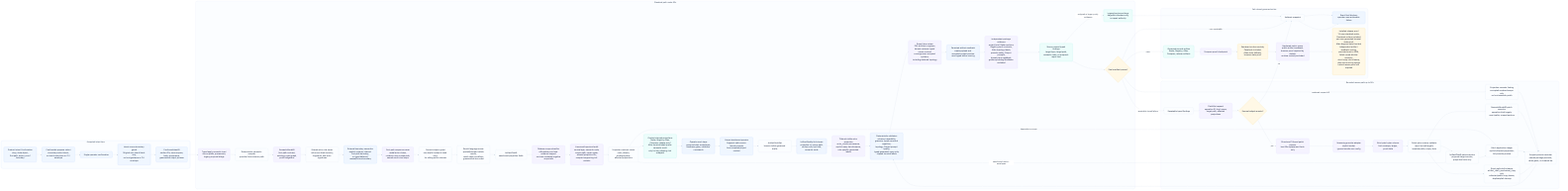
Before: odylith/atlas/source/domain-intelligence-greenfield-governance.png, a diagram exported from Mermaid (odylith/odylith). Its source is kept beside it as odylith/atlas/source/domain-intelligence-greenfield-governance.mmd.
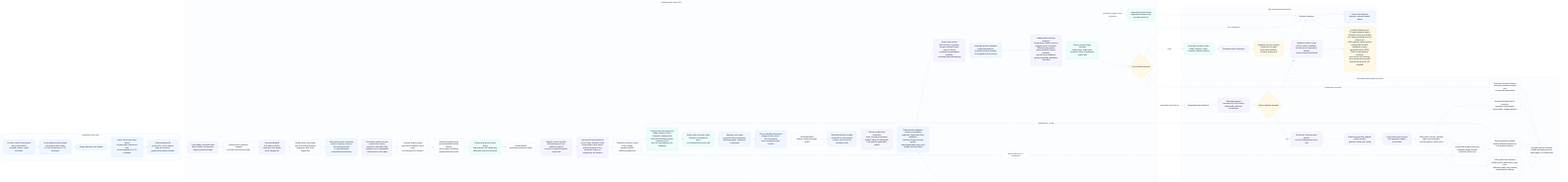
Above is the later version.

Change to the diagram source:
```diff
@@ -15,14 +15,16 @@
       semantic_ir["SemanticModelIR<br/>first-path contract,<br/>ontology, event graph,<br/>proof obligations"]
       actor_role_owner["Shared actor-role owner<br/>role nouns feed recovery,<br/>fragments, and actor signatures"]
       external_boundary["External boundary semantics<br/>explicit systems, inferred first-path boundary,<br/>or typed deferred manual/fixture boundary"]
-      sequence_owner["First-path sequence owner<br/>modal actor chains,<br/>evidence noun compounds,<br/>named result-view steps"]
+      sequence_owner["First-path sequence owner<br/>modal actor chains,<br/>connector-led object tails,<br/>evidence noun compounds,<br/>named result-view steps"]
       subject_carry_guard["Carried-subject guard<br/>only explicit subjects seed carry<br/>for sibling action clauses"]
       result_language["Result-language owner<br/>quoted/bounded visible results,<br/>result-object modifiers,<br/>grammatical item order"]
+      prose_shape_guard["Clause-local prose-shape guard<br/>shared actor-role heads only,<br/>valid gerund action lists pass"]
       artifact_plan["ArtifactPlanIR<br/>sanctioned projection fields"]
       release_scope["Release-scope classifier<br/>affirmative proof and evidence support<br/>survives unrelated negative scope tails"]
-      canonical_facts["CanonicalProjectionFactIR<br/>source layer, semantic node,<br/>source path, repair owner,<br/>allowed projection IDs,<br/>compact supporting-tail variants"]
+      canonical_facts["CanonicalProjectionFactIR<br/>source layer, semantic node,<br/>source path, repair owner,<br/>allowed projection IDs,<br/>sequence-step and supporting-tail variants"]
       projection_contract["Projection contract owner<br/>roots, aliases,<br/>envelope paths,<br/>affected projections"]
       projections["Context-starved projections<br/>Radar, Registry, Atlas,<br/>Compass, release proof<br/>Atlas terminal labels prefer semantic result<br/>only for long clipping-risk wrappers"]
+      state_boundary_titles["Radar state-boundary titles<br/>compact review/action focus,<br/>no mechanical pronoun tails"]
       next_steps["Operator next steps<br/>governed start workstream,<br/>readiness gates, validation commands"]
       project_dashboard["Project dashboard preview<br/>fragment-safe source-launch prompts<br/>from accepted project context"]
       draft_set["ArtifactDraftSet<br/>human-visible governed drafts"]
@@ -66,7 +68,7 @@
     end
 
     visible_intent --> confirmable_stdout --> confirm --> source_guard --> confirmed_ir
-    confirmed_ir --> apply_input --> compiler --> semantic_ir --> actor_role_owner --> external_boundary --> sequence_owner --> subject_carry_guard --> result_language --> artifact_plan --> release_scope --> canonical_facts --> projection_contract --> projections --> next_steps --> project_dashboard --> draft_set
+    confirmed_ir --> apply_input --> compiler --> semantic_ir --> actor_role_owner --> external_boundary --> sequence_owner --> subject_carry_guard --> result_language --> prose_shape_guard --> artifact_plan --> release_scope --> canonical_facts --> projection_contract --> projections --> state_boundary_titles --> next_steps --> project_dashboard --> draft_set
     draft_set --> artifact_units --> visible_actor_projection --> validators --> expert_lenses --> persisted_readback --> evidence_readback --> typed_findings --> final_manifest
     typed_findings -- "untyped or legacy-only evidence" --> legacy_blockers --> rollback
     final_manifest -- "pass" --> writes --> proof_log --> surface_custody --> matrix_scorer --> release_matrix
@@ -91,7 +93,7 @@
     classDef rescue fill:#FFF7ED,stroke:#FDBA74,color:#17233A,stroke-width:1.2px;
     classDef write fill:#F0FDF4,stroke:#86EFAC,color:#17233A,stroke-width:1.2px;
     class visible_intent,confirmable_stdout,confirm,source_guard,confirmed_ir intent;
-    class apply_input,compiler,semantic_ir,actor_role_owner,external_boundary,sequence_owner,subject_carry_guard,result_language,artifact_plan,release_scope,canonical_facts,projection_contract,projections,next_steps,project_dashboard,draft_set,artifact_units,visible_actor_projection,validators,expert_lenses,persisted_readback,evidence_readback,typed_findings,legacy_blockers,final_manifest standard;
+    class apply_input,compiler,semantic_ir,actor_role_owner,external_boundary,sequence_owner,subject_carry_guard,result_language,prose_shape_guard,artifact_plan,release_scope,canonical_facts,projection_contract,projections,state_boundary_titles,next_steps,project_dashboard,draft_set,artifact_units,visible_actor_projection,validators,expert_lenses,persisted_readback,evidence_readback,typed_findings,legacy_blockers,final_manifest standard;
     class repairable,patchset,rescue_budget,tribunal_planner,provider_adapter,strict_schema,custody_check,semantic_apply,plan_apply,scope_ledger,projection_rerender,copy_repair,rerender rescue;
     class writes,rollback,blockers,proof_log,surface_custody,matrix_scorer,release_matrix write;
 
```
